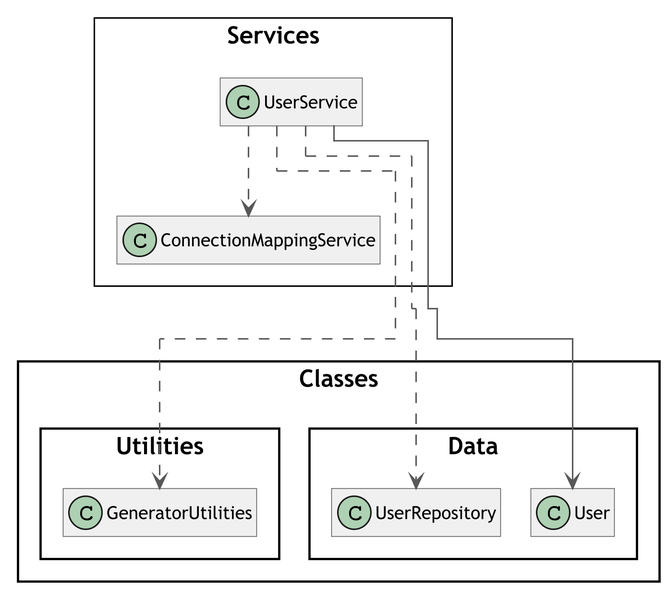
Above: NEA-Final/Writeup/Design/Class Diagrams/Backend/Services/UserService.png in connormcharg/school-work (PlantUML), before the change.
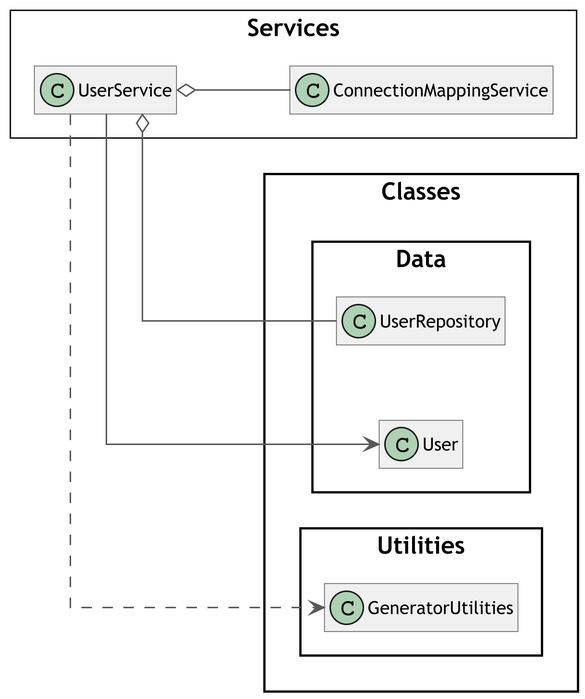
After the change.

Change to the diagram source:
```diff
@@ -21,7 +21,6 @@
 skinparam ranksep 75
 skinparam groupInheritance 2
 skinparam packageStyle Rectangle
-!pragma layout elk
 
 left to right direction
 
@@ -30,8 +29,8 @@
     class UserService
 }
 
-UserService ..> ConnectionMappingService
-UserService ..> Classes.Data.UserRepository
+UserService o-- ConnectionMappingService
+UserService o-- Classes.Data.UserRepository
 UserService --> Classes.Data.User
 UserService ..> Classes.Utilities.GeneratorUtilities
 
```
